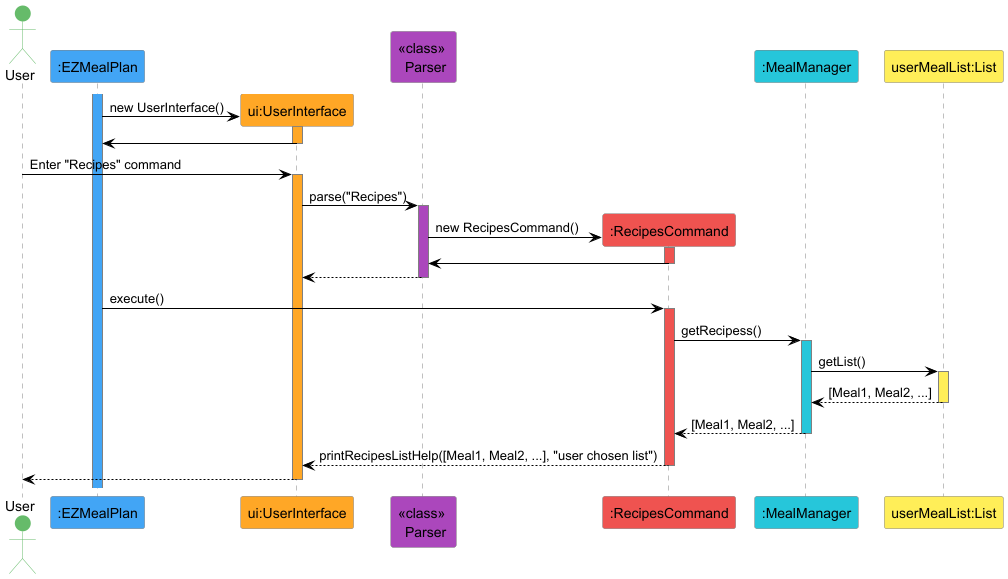
wentuoc/tp keeps this PlantUML diagram as docs/diagrams/RecipesCommand.png. Above is the earlier version.
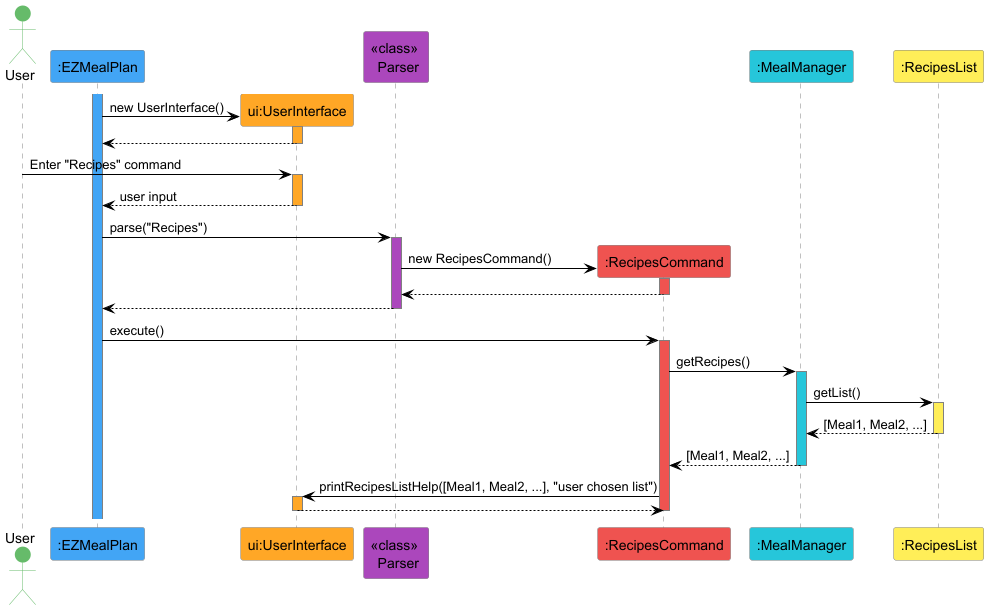
Above is the later version.

What changed in the source:
```diff
@@ -11,38 +11,41 @@
 participant "<<class>> \n Parser" as Parser #AB47BC
 participant ":RecipesCommand" as MC #EF5350
 participant ":MealManager" as MM #26C6DA
-participant "userMealList:List" as ML #FFEE58
+participant ":RecipesList" as ML #FFEE58
 
 skinparam sequenceLifeLineBorderColor gray
 skinparam sequenceArrowColor black
 
 activate EZ #42A5F5
+
 create UI
 EZ -> UI: new UserInterface()
 activate UI #FFA726
-UI -> EZ
+UI --> EZ
 deactivate UI
 
 User -> UI: Enter "Recipes" command
 activate UI #FFA726
+UI --> EZ: user input
+deactivate UI
 
-UI -> Parser: parse("Recipes")
+EZ -> Parser: parse("Recipes")
 activate Parser #AB47BC
 
 create MC
 Parser -> MC: new RecipesCommand()
 activate MC #EF5350
 
-MC -> Parser
+MC --> Parser
 deactivate MC
 
-Parser --> UI
+Parser --> EZ
 deactivate Parser
 
 EZ -> MC: execute()
 activate MC #EF5350
 
-MC -> MM: getRecipess()
+MC -> MM: getRecipes()
 activate MM #26C6DA
 
 MM -> ML: getList()
@@ -54,9 +57,11 @@
 MM --> MC: [Meal1, Meal2, ...]
 deactivate MM
 
-MC --> UI: printRecipesListHelp([Meal1, Meal2, ...], "user chosen list")
+MC -> UI: printRecipesListHelp([Meal1, Meal2, ...], "user chosen list")
+activate UI #FFA726
+UI --> MC
+deactivate UI
+
 deactivate MC
 
-UI --> User:
-deactivate UI
 @enduml
```
